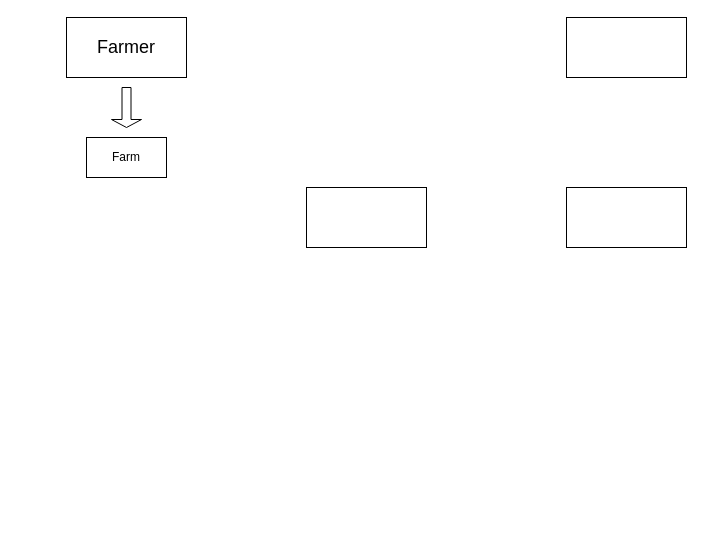
Above: AC-Flow.drawio in shscs911/Calibre-themes-files (draw.io), before the change. Source tidied: cells renumbered, new cells numbered last; positions are measured from the earlier drawing's top-left corner, leaving out a move shared by most shapes. Both pictures are drawn from the tidied source at 100%, with x=0, y=0 at pixel (66, 17).
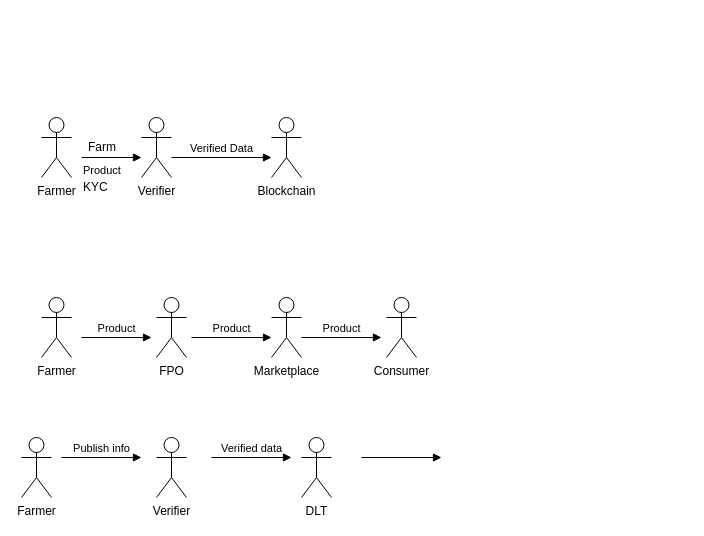
The same diagram, later.

What changed in the source:
```diff
@@
-    <mxCell id="2" value="&lt;font style=&quot;font-size: 18px&quot;&gt;Farmer&lt;/font&gt;" style="rounded=0;whiteSpace=wrap;html=1;" parent="1" vertex="1">
-      <mxGeometry width="120" height="60" as="geometry" />
-    </mxCell>
+    <mxCell id="8" value="Farmer" style="shape=umlActor;verticalLabelPosition=bottom;labelBackgroundColor=#ffffff;verticalAlign=top;html=1;" parent="1" vertex="1">
+      <mxGeometry x="-25" y="100" width="30" height="60" as="geometry" />
+    </mxCell>
+    <mxCell id="9" value="Product" style="endArrow=block;endFill=1;html=1;edgeStyle=orthogonalEdgeStyle;align=left;verticalAlign=top;" parent="1" edge="1">
+      <mxGeometry x="-1" relative="1" as="geometry">
+        <mxPoint x="15" y="140" as="sourcePoint" />
+        <mxPoint x="75" y="140" as="targetPoint" />
+      </mxGeometry>
+    </mxCell>
+    <mxCell id="10" value="&lt;div&gt;Verifier&lt;/div&gt;" style="shape=umlActor;verticalLabelPosition=bottom;labelBackgroundColor=#ffffff;verticalAlign=top;html=1;" parent="1" vertex="1">
+      <mxGeometry x="75" y="100" width="30" height="60" as="geometry" />
+    </mxCell>
+    <mxCell id="11" value="Blockchain" style="shape=umlActor;verticalLabelPosition=bottom;labelBackgroundColor=#ffffff;verticalAlign=top;html=1;" parent="1" vertex="1">
+      <mxGeometry x="205" y="100" width="30" height="60" as="geometry" />
+    </mxCell>
+    <mxCell id="12" value="&lt;div&gt;Verified Data&lt;/div&gt;" style="html=1;verticalAlign=bottom;endArrow=block;" parent="1" edge="1">
+      <mxGeometry relative="1" as="geometry">
+        <mxPoint x="105" y="140" as="sourcePoint" />
+        <mxPoint x="205" y="140" as="targetPoint" />
+      </mxGeometry>
+    </mxCell>
-    <mxCell id="3" value="Farm" style="rounded=0;whiteSpace=wrap;html=1;" parent="1" vertex="1">
-      <mxGeometry x="20" y="120" width="80" height="40" as="geometry" />
+    <mxCell id="3" value="Farm" style="text;html=1;align=left;verticalAlign=top;spacingTop=-4;" parent="1" vertex="1">
+      <mxGeometry x="20" y="120" width="40" height="20" as="geometry" />
     </mxCell>
-    <mxCell id="4" style="rounded=0;whiteSpace=wrap;html=1;" parent="1" vertex="1">
-      <mxGeometry x="500" width="120" height="60" as="geometry" />
-    </mxCell>
-    <mxCell id="5" style="rounded=0;whiteSpace=wrap;html=1;" parent="1" vertex="1">
-      <mxGeometry x="500" y="170" width="120" height="60" as="geometry" />
-    </mxCell>
-    <mxCell id="6" style="rounded=0;whiteSpace=wrap;html=1;" parent="1" vertex="1">
-      <mxGeometry x="240" y="170" width="120" height="60" as="geometry" />
-    </mxCell>
-    <mxCell id="7" style="shape=singleArrow;direction=south;whiteSpace=wrap;html=1;" parent="1" vertex="1">
-      <mxGeometry x="45" y="70" width="30" height="40" as="geometry" />
-    </mxCell>
+    <mxCell id="13" value="KYC" style="text;html=1;align=left;verticalAlign=top;spacingTop=-4;" parent="1" vertex="1">
+      <mxGeometry x="15" y="160" width="40" height="20" as="geometry" />
+    </mxCell>
+    <mxCell id="14" value="Farmer" style="shape=umlActor;verticalLabelPosition=bottom;labelBackgroundColor=#ffffff;verticalAlign=top;html=1;" parent="1" vertex="1">
+      <mxGeometry x="-25" y="280" width="30" height="60" as="geometry" />
+    </mxCell>
+    <mxCell id="15" value="Product" style="html=1;verticalAlign=bottom;endArrow=block;" parent="1" edge="1">
+      <mxGeometry relative="1" as="geometry">
+        <mxPoint x="15" y="320" as="sourcePoint" />
+        <mxPoint x="85" y="320" as="targetPoint" />
+      </mxGeometry>
+    </mxCell>
+    <mxCell id="16" value="FPO" style="shape=umlActor;verticalLabelPosition=bottom;labelBackgroundColor=#ffffff;verticalAlign=top;html=1;" parent="1" vertex="1">
+      <mxGeometry x="90" y="280" width="30" height="60" as="geometry" />
+    </mxCell>
+    <mxCell id="17" value="Product" style="html=1;verticalAlign=bottom;endArrow=block;" parent="1" edge="1">
+      <mxGeometry relative="1" as="geometry">
+        <mxPoint x="125" y="320" as="sourcePoint" />
+        <mxPoint x="205" y="320" as="targetPoint" />
+      </mxGeometry>
+    </mxCell>
+    <mxCell id="18" value="Marketplace" style="shape=umlActor;verticalLabelPosition=bottom;labelBackgroundColor=#ffffff;verticalAlign=top;html=1;" parent="1" vertex="1">
+      <mxGeometry x="205" y="280" width="30" height="60" as="geometry" />
+    </mxCell>
+    <mxCell id="19" value="Consumer" style="shape=umlActor;verticalLabelPosition=bottom;labelBackgroundColor=#ffffff;verticalAlign=top;html=1;" parent="1" vertex="1">
+      <mxGeometry x="320" y="280" width="30" height="60" as="geometry" />
+    </mxCell>
+    <mxCell id="20" value="Product" style="html=1;verticalAlign=bottom;endArrow=block;" parent="1" edge="1">
+      <mxGeometry relative="1" as="geometry">
+        <mxPoint x="235" y="320" as="sourcePoint" />
+        <mxPoint x="315" y="320" as="targetPoint" />
+      </mxGeometry>
+    </mxCell>
+    <mxCell id="21" value="Farmer" style="shape=umlActor;verticalLabelPosition=bottom;labelBackgroundColor=#ffffff;verticalAlign=top;html=1;" parent="1" vertex="1">
+      <mxGeometry x="-45" y="420" width="30" height="60" as="geometry" />
+    </mxCell>
+    <mxCell id="22" value="Publish info" style="html=1;verticalAlign=bottom;endArrow=block;" parent="1" edge="1">
+      <mxGeometry relative="1" as="geometry">
+        <mxPoint x="-5" y="440" as="sourcePoint" />
+        <mxPoint x="75" y="440" as="targetPoint" />
+      </mxGeometry>
+    </mxCell>
+    <mxCell id="23" value="Verifier" style="shape=umlActor;verticalLabelPosition=bottom;labelBackgroundColor=#ffffff;verticalAlign=top;html=1;" parent="1" vertex="1">
+      <mxGeometry x="90" y="420" width="30" height="60" as="geometry" />
+    </mxCell>
+    <mxCell id="24" value="Verified data" style="html=1;verticalAlign=bottom;endArrow=block;" parent="1" edge="1">
+      <mxGeometry relative="1" as="geometry">
+        <mxPoint x="145" y="440" as="sourcePoint" />
+        <mxPoint x="225" y="440" as="targetPoint" />
+      </mxGeometry>
+    </mxCell>
+    <mxCell id="25" value="DLT" style="shape=umlActor;verticalLabelPosition=bottom;labelBackgroundColor=#ffffff;verticalAlign=top;html=1;" parent="1" vertex="1">
+      <mxGeometry x="235" y="420" width="30" height="60" as="geometry" />
+    </mxCell>
+    <mxCell id="26" style="html=1;verticalAlign=bottom;endArrow=block;" parent="1" edge="1">
+      <mxGeometry relative="1" as="geometry">
+        <mxPoint x="295" y="440" as="sourcePoint" />
+        <mxPoint x="375" y="440" as="targetPoint" />
+      </mxGeometry>
+    </mxCell>
```
